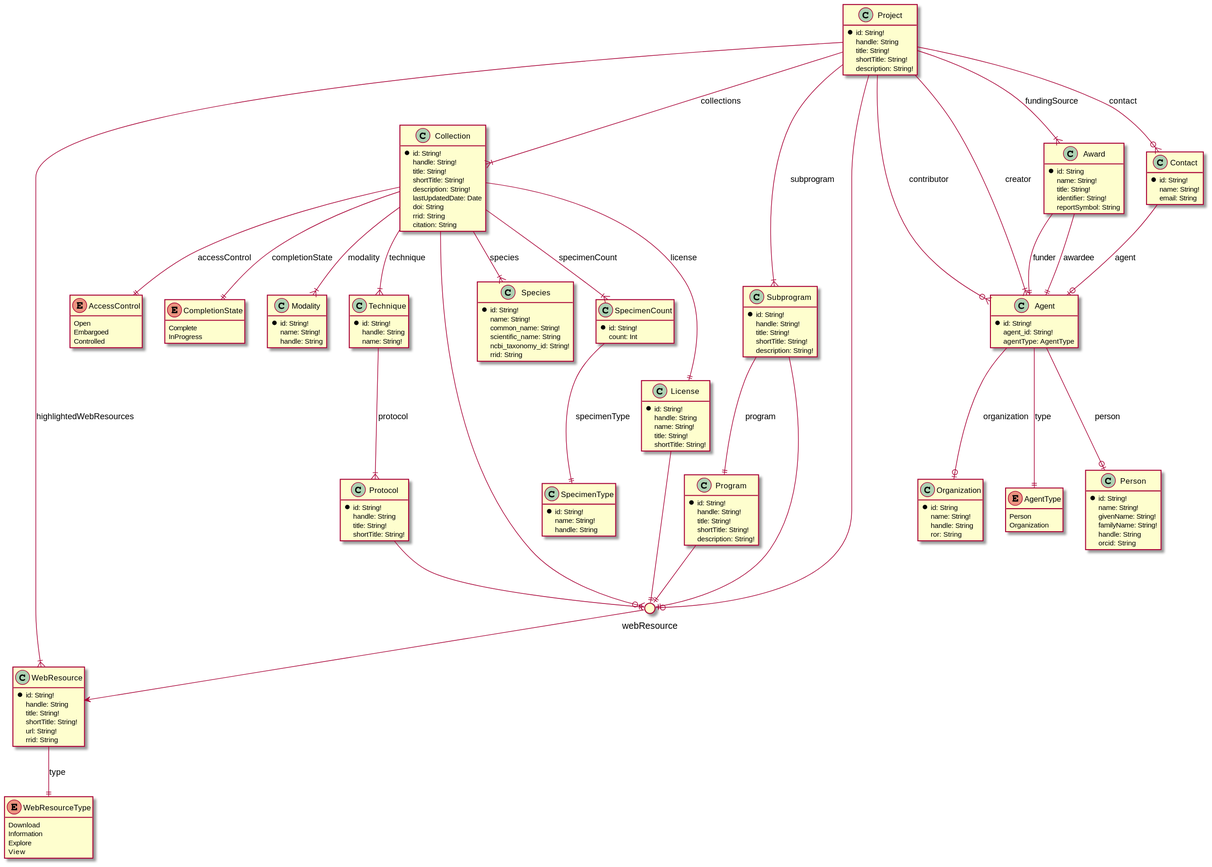
This is design/schema/dw_preferred.svg from BICCN/BCDC-Metadata, a PlantUML export, as it was before one commit.
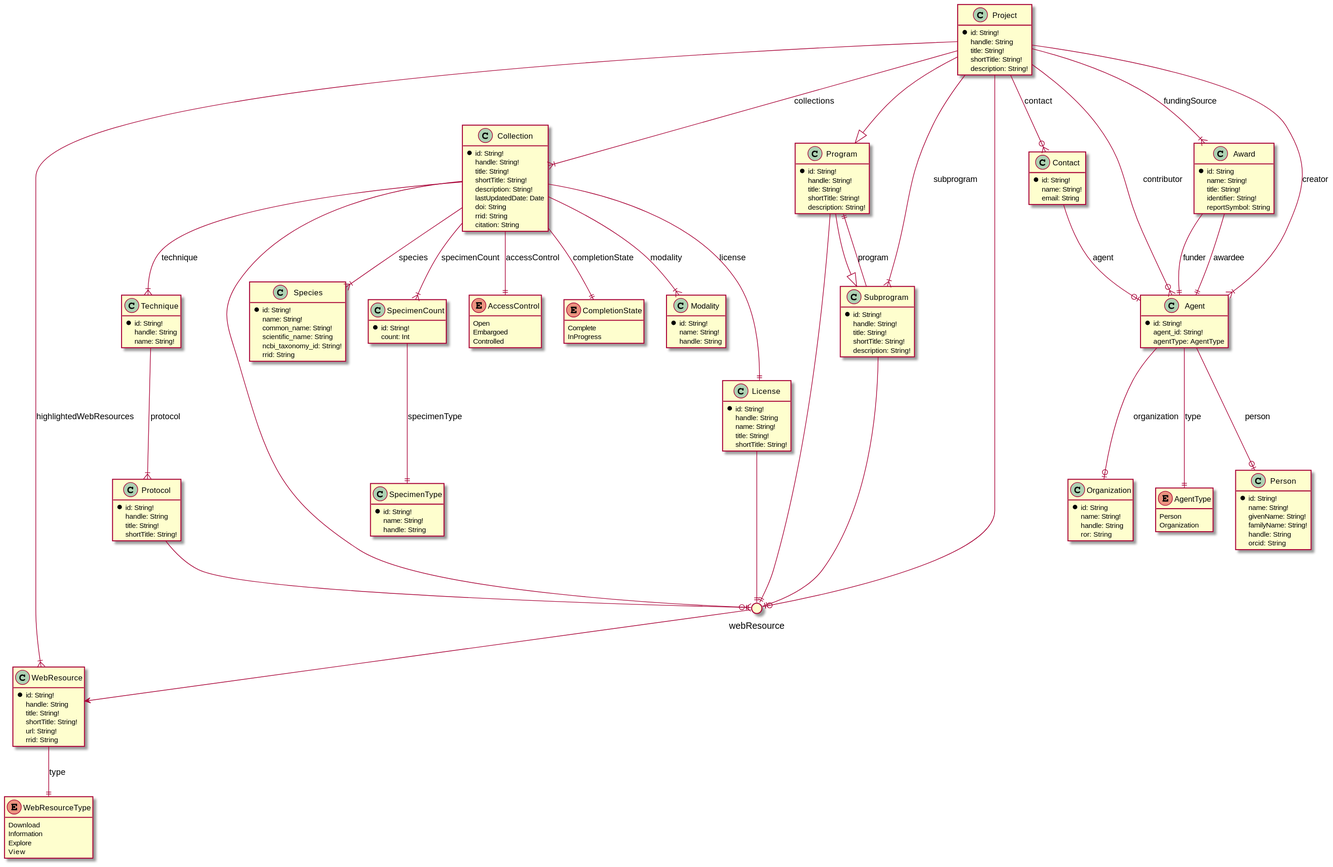
Later version of the same file.

Commit message:
Update and re-render dandi published and data wrangling preferred schemas

Diff of the diagram source:
```diff
@@ -188,8 +188,6 @@
 Project --o{  Contact : contact
 
 
-
-
 circle webResource
 Collection --o{ webResource
 Protocol --|| webResource
@@ -199,8 +197,9 @@
 License --|| webResource
 webResource --> WebResource
 
+Project --|> Program
+Program --|> Subprogram
 Project --|{ Subprogram : subprogram
 Subprogram --|| Program : program
 
-
 @enduml
```
